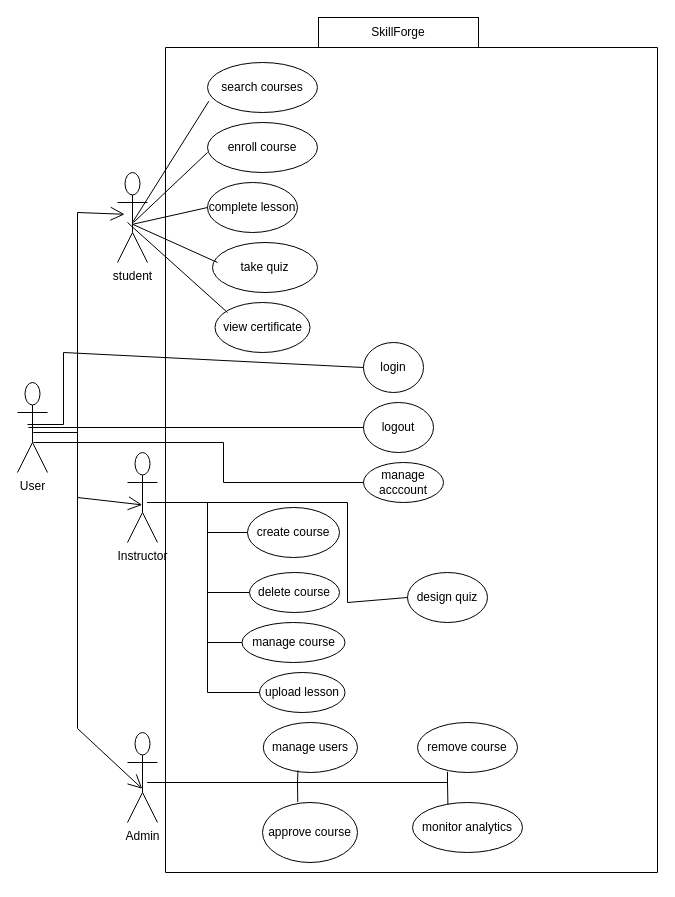
This is UseCase.drawio from adhambasha1155/Uml, a draw.io file, before an edit. Source tidied: cells renumbered, new cells numbered last; positions are measured from the earlier drawing's top-left corner, leaving out a move shared by most shapes. Both pictures are drawn from the tidied source at 100%, with x=0, y=0 at pixel (17, 17).
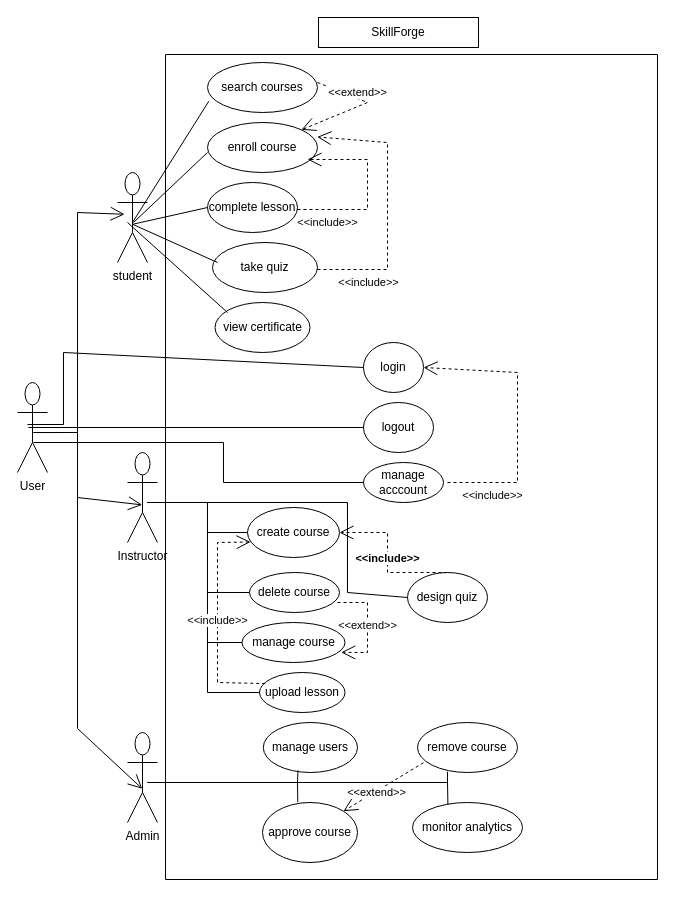
After the change.

The change refers to these unchanged cells:
```xml
<mxCell id="10" value="enroll course" style="ellipse;whiteSpace=wrap;html=1;" parent="1" vertex="1">
  <mxGeometry x="190" y="105" width="110" height="50" as="geometry" />
</mxCell>
<mxCell id="19" value="login" style="ellipse;whiteSpace=wrap;html=1;" parent="1" vertex="1">
  <mxGeometry x="346" y="325" width="60" height="50" as="geometry" />
</mxCell>
<mxCell id="25" value="create course" style="ellipse;whiteSpace=wrap;html=1;" parent="1" vertex="1">
  <mxGeometry x="230" y="490" width="92" height="50" as="geometry" />
</mxCell>
<mxCell id="27" value="manage course" style="ellipse;whiteSpace=wrap;html=1;" parent="1" vertex="1">
  <mxGeometry x="224.5" y="605" width="103" height="40" as="geometry" />
</mxCell>
<mxCell id="28" value="upload lesson" style="ellipse;whiteSpace=wrap;html=1;" parent="1" vertex="1">
  <mxGeometry x="242" y="655" width="85.5" height="40" as="geometry" />
</mxCell>
<mxCell id="29" value="design quiz" style="ellipse;whiteSpace=wrap;html=1;" parent="1" vertex="1">
  <mxGeometry x="390" y="555" width="80" height="50" as="geometry" />
</mxCell>
<mxCell id="36" value="approve course" style="ellipse;whiteSpace=wrap;html=1;" parent="1" vertex="1">
  <mxGeometry x="245" y="785" width="95" height="60" as="geometry" />
</mxCell>
<mxCell id="37" value="remove course" style="ellipse;whiteSpace=wrap;html=1;" parent="1" vertex="1">
  <mxGeometry x="400" y="705" width="100" height="50" as="geometry" />
</mxCell>
```

The edit, as a diff of the source:
```diff
@@
     <mxCell id="34" style="endArrow=none;html=1;rounded=0;entryX=0;entryY=0.5;entryDx=0;entryDy=0;" parent="1" edge="1" target="29">
       <mxGeometry relative="1" as="geometry">
         <mxPoint x="190" y="485" as="sourcePoint" />
         <Array as="points">
           <mxPoint x="330" y="485" />
-          <mxPoint x="330" y="585" />
+          <mxPoint x="330" y="575" />
         </Array>
       </mxGeometry>
     </mxCell>
@@
-    <mxCell id="43" style="swimlane;startSize=0;" parent="1" vertex="1">
-      <mxGeometry x="148" y="30" width="492" height="825" as="geometry" />
+    <mxCell id="43" style="swimlane;startSize=0;fontStyle=1;" parent="1" vertex="1">
+      <mxGeometry x="148" y="37" width="492" height="825" as="geometry" />
     </mxCell>
+    <mxCell id="45" value="&amp;lt;&amp;lt;include&amp;gt;&amp;gt;" style="endArrow=open;endSize=12;dashed=1;html=1;rounded=0;" parent="43" edge="1">
+      <mxGeometry x="-0.67" y="-13" relative="1" as="geometry">
+        <mxPoint x="132" y="155" as="sourcePoint" />
+        <mxPoint x="142" y="105" as="targetPoint" />
+        <Array as="points">
+          <mxPoint x="202" y="155" />
+          <mxPoint x="202" y="105" />
+        </Array>
+      </mxGeometry>
+    </mxCell>
+    <mxCell id="46" value="&amp;lt;&amp;lt;include&amp;gt;&amp;gt;" style="endArrow=open;endSize=12;dashed=1;html=1;rounded=0;entryX=0.997;entryY=0.289;entryDx=0;entryDy=0;entryPerimeter=0;" parent="43" edge="1" target="10">
+      <mxGeometry x="-0.62" y="-13" relative="1" as="geometry">
+        <mxPoint x="152" y="215" as="sourcePoint" />
+        <Array as="points">
+          <mxPoint x="222" y="215" />
+          <mxPoint x="222" y="88" />
+        </Array>
+      </mxGeometry>
+    </mxCell>
+    <mxCell id="47" value="&amp;lt;&amp;lt;include&amp;gt;&amp;gt;" style="endArrow=open;endSize=12;dashed=1;html=1;rounded=0;entryX=1;entryY=0.5;entryDx=0;entryDy=0;" parent="43" edge="1" target="19">
+      <mxGeometry x="-0.67" y="-13" relative="1" as="geometry">
+        <mxPoint x="282" y="428" as="sourcePoint" />
+        <Array as="points">
+          <mxPoint x="352" y="428" />
+          <mxPoint x="352" y="318" />
+        </Array>
+      </mxGeometry>
+    </mxCell>
+    <mxCell id="48" value="&amp;lt;&amp;lt;include&amp;gt;&amp;gt;" style="endArrow=open;endSize=12;dashed=1;html=1;rounded=0;entryX=1;entryY=0.5;entryDx=0;entryDy=0;fontStyle=1;" parent="43" edge="1" target="25">
+      <mxGeometry relative="1" as="geometry">
+        <mxPoint x="282" y="518" as="sourcePoint" />
+        <Array as="points">
+          <mxPoint x="222" y="518" />
+          <mxPoint x="222" y="478" />
+        </Array>
+      </mxGeometry>
+    </mxCell>
+    <mxCell id="49" value="&amp;lt;&amp;lt;extend&amp;gt;&amp;gt;" style="endArrow=open;endSize=12;dashed=1;html=1;rounded=0;entryX=0.963;entryY=0.746;entryDx=0;entryDy=0;entryPerimeter=0;" parent="43" edge="1" target="27">
+      <mxGeometry relative="1" as="geometry">
+        <mxPoint x="172" y="548" as="sourcePoint" />
+        <Array as="points">
+          <mxPoint x="202" y="548" />
+          <mxPoint x="202" y="598" />
+        </Array>
+      </mxGeometry>
+    </mxCell>
+    <mxCell id="50" value="&amp;lt;&amp;lt;extend&amp;gt;&amp;gt;" style="endArrow=open;endSize=12;dashed=1;html=1;rounded=0;entryX=1;entryY=0;entryDx=0;entryDy=0;" parent="43" edge="1" target="10">
+      <mxGeometry x="-0.35" y="6" relative="1" as="geometry">
+        <mxPoint x="152" y="28" as="sourcePoint" />
+        <Array as="points">
+          <mxPoint x="202" y="48" />
+        </Array>
+      </mxGeometry>
+    </mxCell>
@@
+    <mxCell id="51" value="&amp;lt;&amp;lt;include&amp;gt;&amp;gt;" style="endArrow=open;endSize=12;dashed=1;html=1;rounded=0;entryX=0.033;entryY=0.689;entryDx=0;entryDy=0;entryPerimeter=0;exitX=0.067;exitY=0.277;exitDx=0;exitDy=0;exitPerimeter=0;" parent="1" edge="1" source="28" target="25">
+      <mxGeometry relative="1" as="geometry">
+        <Array as="points">
+          <mxPoint x="200" y="665" />
+          <mxPoint x="200" y="525" />
+        </Array>
+      </mxGeometry>
+    </mxCell>
+    <mxCell id="52" value="&amp;lt;&amp;lt;extend&amp;gt;&amp;gt;" style="endArrow=open;endSize=12;dashed=1;html=1;rounded=0;exitX=0.06;exitY=0.804;exitDx=0;exitDy=0;exitPerimeter=0;entryX=1;entryY=0;entryDx=0;entryDy=0;" parent="1" edge="1" source="37" target="36">
+      <mxGeometry x="0.17" y="1" relative="1" as="geometry" />
+    </mxCell>
```
